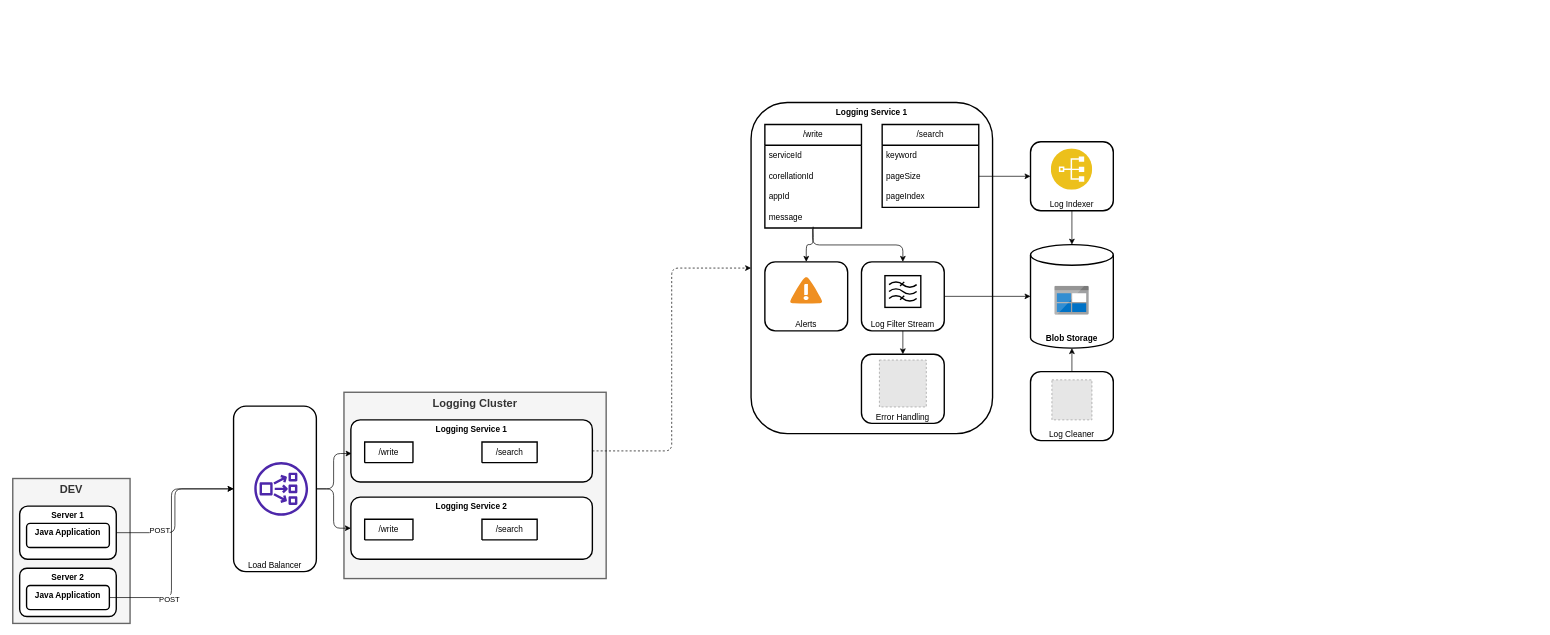
Earlier version of the draw.io diagram page "Custom logging system design" (3 of 3) of logging system design.drawio (hepexta/app-design). Source tidied: cells renumbered, new cells numbered last; positions are measured from the earlier drawing's top-left corner, leaving out a move shared by most shapes. Both pictures are drawn from the tidied source at 69%, with x=0, y=0 at pixel (12, 102). Pictures stored in the file or linked from it are replaced by grey dashed boxes.
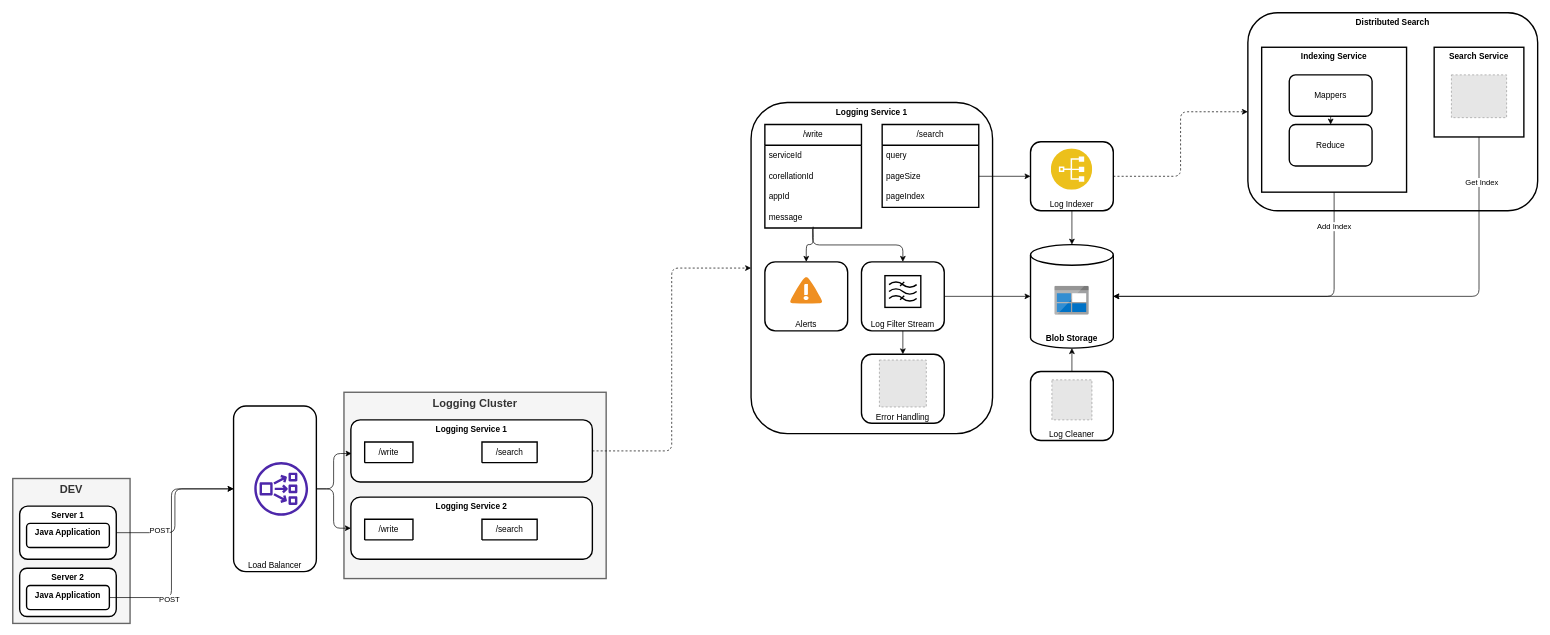
The same diagram, later.

Commit message:
custom design

Unchanged cells that the change refers to:
```xml
<mxCell id="3" value="Log Indexer" style="rounded=1;whiteSpace=wrap;html=1;strokeWidth=2;verticalAlign=bottom;" parent="1" vertex="1">
  <mxGeometry x="1475" y="57" width="120" height="100" as="geometry" />
</mxCell>
<mxCell id="32" value="/search" style="swimlane;fontStyle=0;horizontal=1;startSize=30;whiteSpace=wrap;html=1;strokeWidth=2;" parent="1" vertex="1">
  <mxGeometry x="1260" y="32" width="140" height="120" as="geometry" />
</mxCell>
<mxCell id="36" value="Blob Storage" style="shape=cylinder3;whiteSpace=wrap;html=1;boundedLbl=1;backgroundOutline=1;size=15;strokeWidth=2;verticalAlign=bottom;fontStyle=1;" parent="1" vertex="1">
  <mxGeometry x="1475" y="206" width="120" height="150" as="geometry" />
</mxCell>
```

Diff of the diagram source:
```diff
@@
+    <mxCell id="52" value="Distributed Search" style="rounded=1;whiteSpace=wrap;html=1;strokeWidth=2;verticalAlign=top;fontStyle=1;" parent="1" vertex="1">
+      <mxGeometry x="1790" y="-130" width="420" height="287" as="geometry" />
+    </mxCell>
@@
+    <mxCell id="53" style="edgeStyle=orthogonalEdgeStyle;rounded=1;jettySize=auto;html=1;dashed=1;" parent="1" edge="1" source="3" target="52">
+      <mxGeometry relative="1" as="geometry" />
+    </mxCell>
@@
-    <mxCell id="33" value="keyword" style="text;strokeColor=none;fillColor=none;align=left;verticalAlign=middle;spacingLeft=4;spacingRight=4;overflow=hidden;whiteSpace=wrap;html=1;" parent="32" vertex="1">
+    <mxCell id="33" value="query" style="text;strokeColor=none;fillColor=none;align=left;verticalAlign=middle;spacingLeft=4;spacingRight=4;overflow=hidden;whiteSpace=wrap;html=1;" parent="32" vertex="1">
       <mxGeometry y="30" width="140" height="30" as="geometry" />
     </mxCell>
@@
+    <mxCell id="54" style="edgeStyle=orthogonalEdgeStyle;rounded=1;jettySize=auto;html=1;exitX=0.5;exitY=1;exitDx=0;exitDy=0;entryX=1;entryY=0.5;entryDx=0;entryDy=0;entryPerimeter=0;" parent="1" edge="1" source="56" target="36">
+      <mxGeometry relative="1" as="geometry" />
+    </mxCell>
+    <mxCell id="55" value="Add Index" style="edgeLabel;html=1;align=center;verticalAlign=middle;" parent="54" vertex="1">
+      <mxGeometry x="-0.79" y="-1" relative="1" as="geometry" />
+    </mxCell>
+    <mxCell id="56" value="Indexing Service" style="whiteSpace=wrap;html=1;strokeWidth=2;verticalAlign=top;fontStyle=1;" parent="1" vertex="1">
+      <mxGeometry x="1810" y="-80" width="210" height="210" as="geometry" />
+    </mxCell>
+    <mxCell id="57" style="edgeStyle=orthogonalEdgeStyle;rounded=1;jettySize=auto;html=1;exitX=0.5;exitY=1;exitDx=0;exitDy=0;entryX=1;entryY=0.5;entryDx=0;entryDy=0;entryPerimeter=0;" parent="1" edge="1" source="59" target="36">
+      <mxGeometry relative="1" as="geometry" />
+    </mxCell>
+    <mxCell id="58" value="Get Index" style="edgeLabel;html=1;align=center;verticalAlign=middle;" parent="57" vertex="1">
+      <mxGeometry x="-0.83" y="3" relative="1" as="geometry" />
+    </mxCell>
+    <mxCell id="59" value="Search Service" style="whiteSpace=wrap;html=1;strokeWidth=2;verticalAlign=top;fontStyle=1;" parent="1" vertex="1">
+      <mxGeometry x="2060" y="-80" width="130" height="130" as="geometry" />
+    </mxCell>
+    <mxCell id="60" style="fillColor=#E6E6E6;strokeColor=#999999;dashed=1;verticalLabelPosition=bottom;labelBackgroundColor=default;verticalAlign=top;" parent="1" vertex="1">
+      <mxGeometry x="2085" y="-40" width="80" height="62" as="geometry" />
+    </mxCell>
+    <mxCell id="61" style="edgeStyle=orthogonalEdgeStyle;rounded=1;jettySize=auto;html=1;exitX=0.5;exitY=1;exitDx=0;exitDy=0;entryX=0.5;entryY=0;entryDx=0;entryDy=0;" parent="1" edge="1" source="62" target="63">
+      <mxGeometry relative="1" as="geometry" />
+    </mxCell>
+    <mxCell id="62" value="Mappers" style="rounded=1;whiteSpace=wrap;html=1;strokeWidth=2;" parent="1" vertex="1">
+      <mxGeometry x="1850" y="-40" width="120" height="60" as="geometry" />
+    </mxCell>
+    <mxCell id="63" value="Reduce" style="rounded=1;whiteSpace=wrap;html=1;strokeWidth=2;" parent="1" vertex="1">
+      <mxGeometry x="1850" y="32" width="120" height="60" as="geometry" />
+    </mxCell>
```
